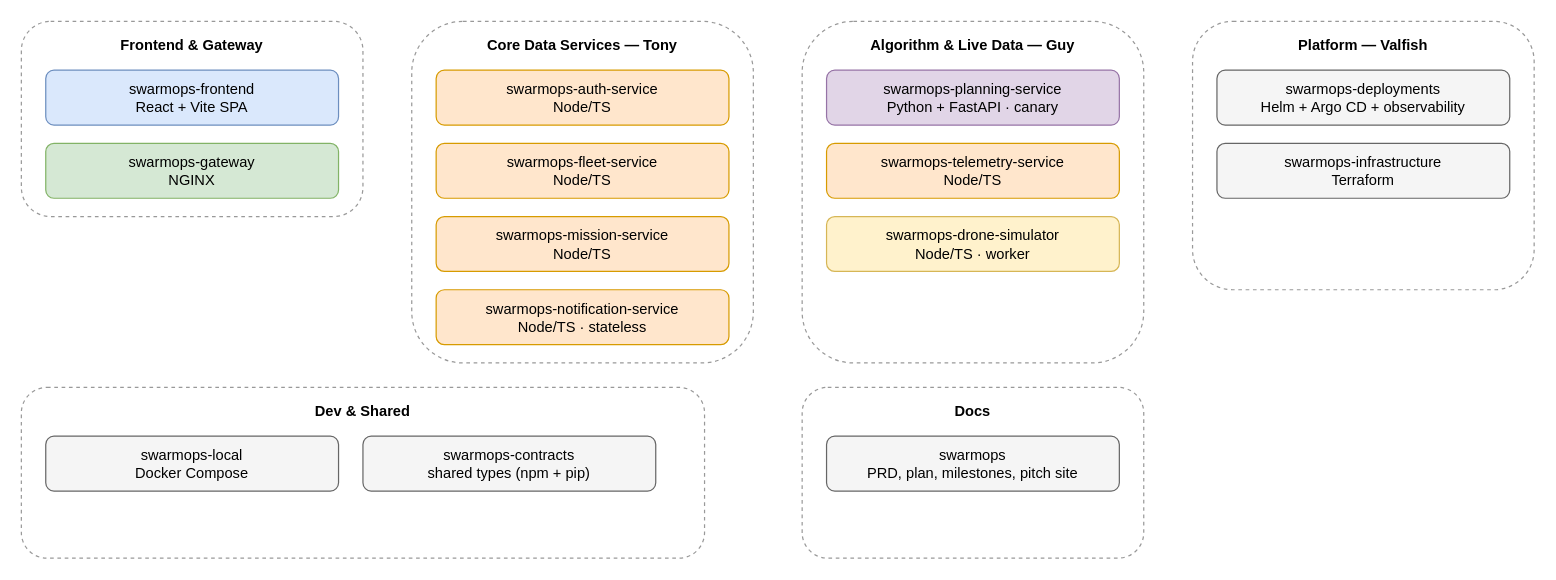
Earlier version of the draw.io diagram page "1 - Repo Map" (1 of 14) of architecture.drawio (SwarM-industries/swarmops). Source tidied: cells renumbered, new cells numbered last; positions are measured from the earlier drawing's top-left corner, leaving out a move shared by most shapes. Both pictures are drawn from the tidied source at 122%, with x=0, y=0 at pixel (21, 21).
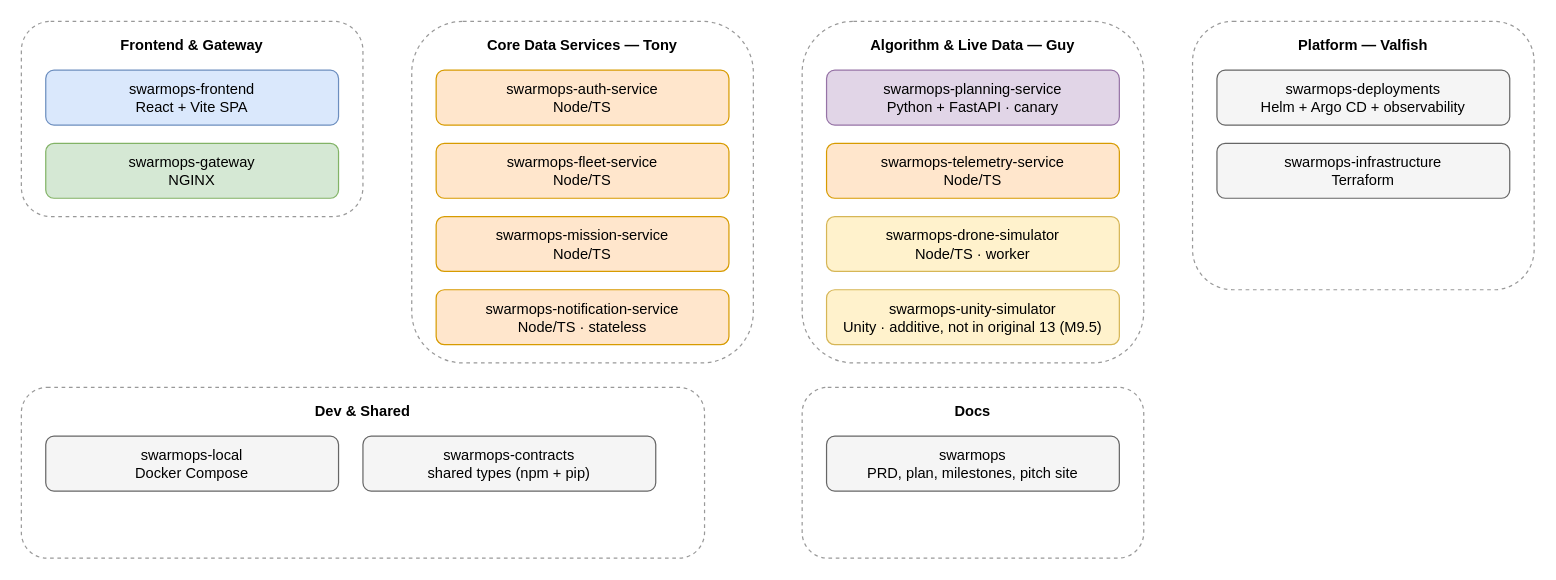
The same diagram, later.

Diff of the diagram source:
```diff
@@
+    <mxCell id="22" value="swarmops-unity-simulator&#10;Unity · additive, not in original 13 (M9.5)" style="rounded=1;whiteSpace=wrap;html=1;fillColor=#FFF2CC;strokeColor=#d6b656;" parent="1" vertex="1">
+      <mxGeometry x="660" y="220" width="240" height="45" as="geometry" />
+    </mxCell>
```
